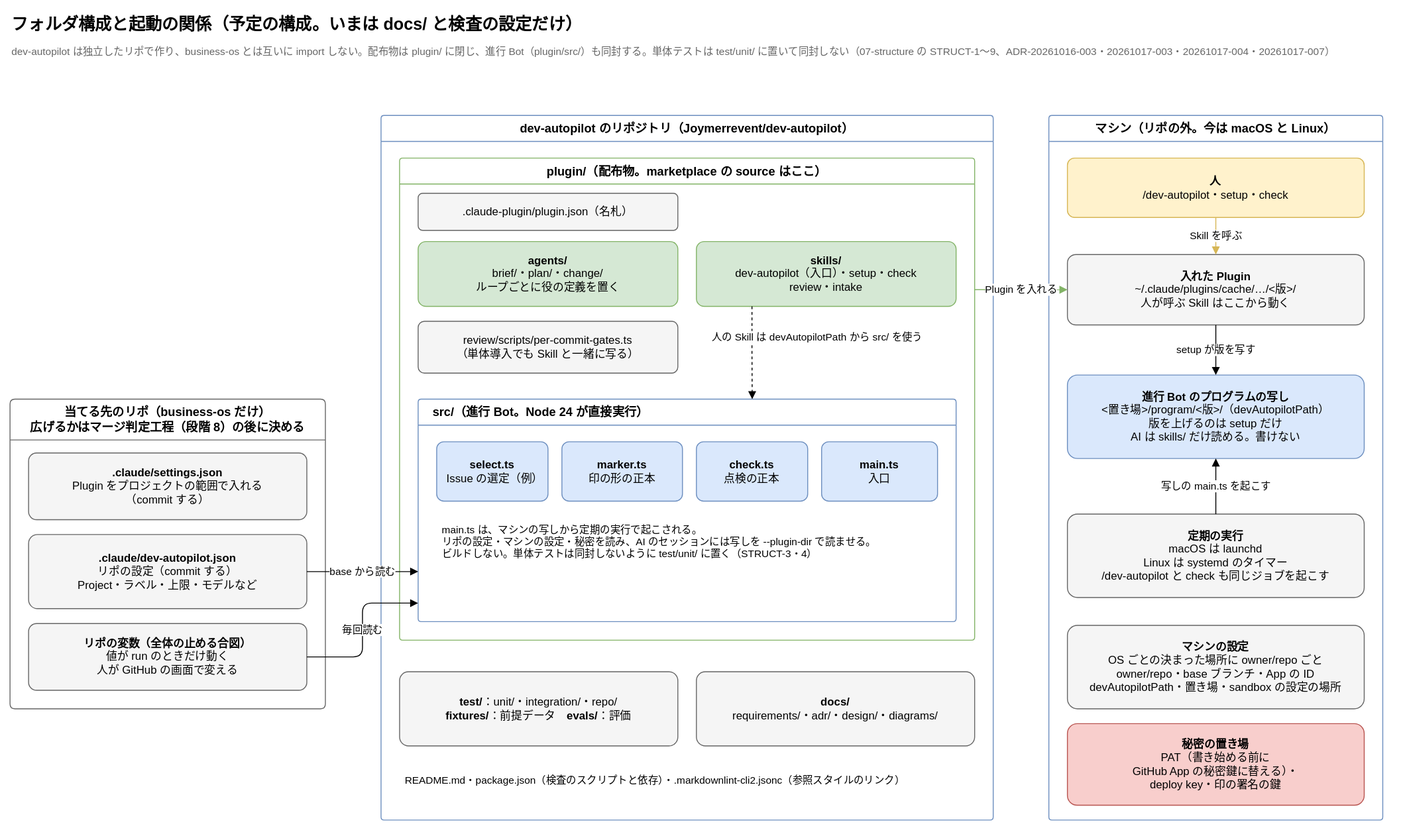
Before: docs/diagrams/structure.drawio.svg, a diagram exported from draw.io (Joymerrevent/dev-autopilot). Source tidied: cells renumbered, new cells last; positions are measured from the earlier drawing's top-left corner, leaving out a move shared by most shapes.
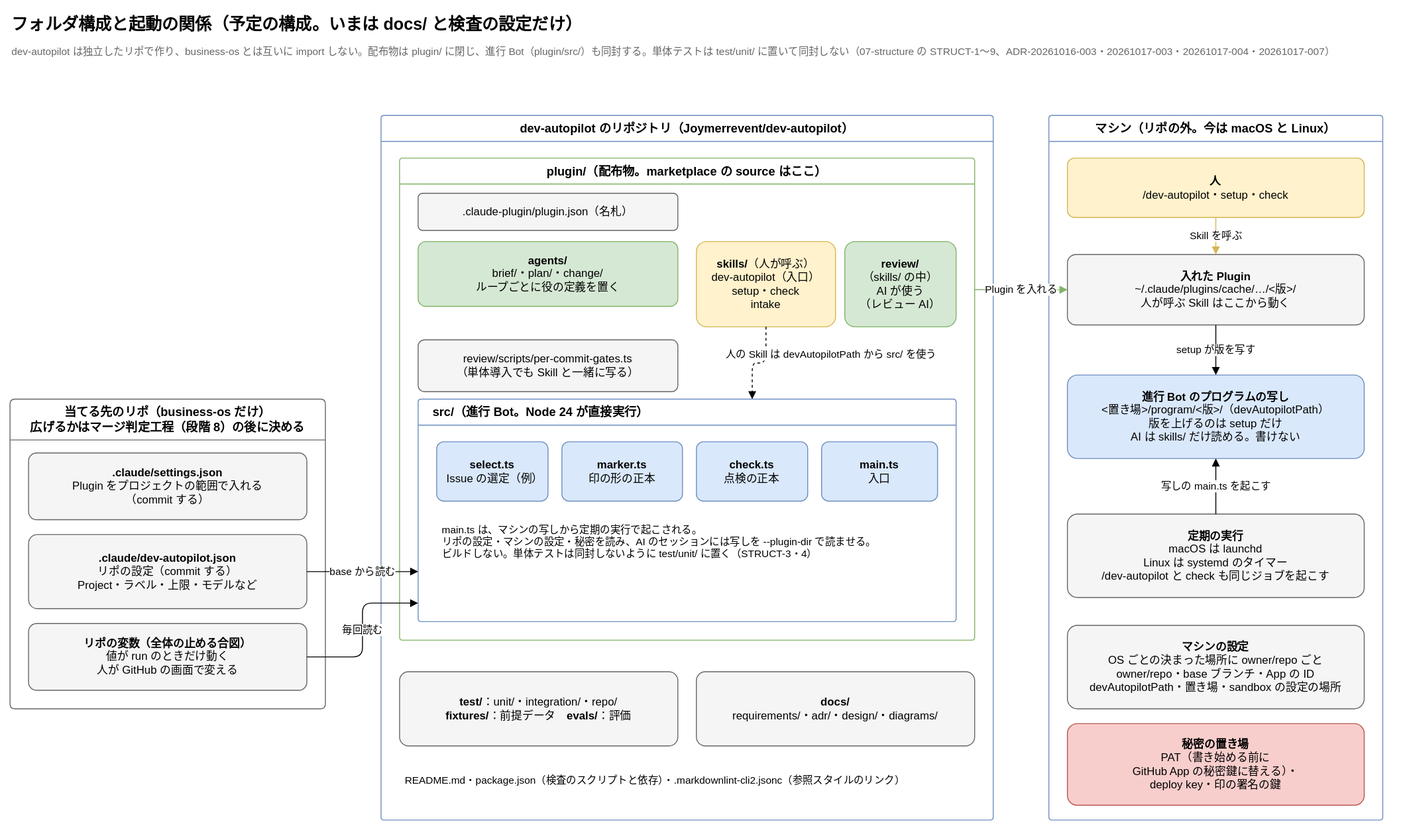
Above is the later version.

Diff of the diagram source:
```diff
@@ -32,11 +32,11 @@
     <mxCell id="11" value="&lt;b&gt;agents/&lt;/b&gt;&lt;br&gt;brief/・plan/・change/&lt;br&gt;ループごとに役の定義を置く" style="rounded=1;whiteSpace=wrap;html=1;fontSize=12;arcSize=12;fillColor=#d5e8d4;strokeColor=#82b366;spacing=12;" parent="9" vertex="1">
       <mxGeometry x="20" y="90" width="280" height="70" as="geometry" />
     </mxCell>
-    <mxCell id="12" value="&lt;b&gt;skills/&lt;/b&gt;&lt;br&gt;dev-autopilot（入口）・setup・check&lt;br&gt;review・intake" style="rounded=1;whiteSpace=wrap;html=1;fontSize=12;arcSize=12;fillColor=#d5e8d4;strokeColor=#82b366;spacing=12;" parent="9" vertex="1">
-      <mxGeometry x="320" y="90" width="280" height="70" as="geometry" />
+    <mxCell id="12" value="&lt;b&gt;skills/&lt;/b&gt;（人が呼ぶ）&lt;br&gt;dev-autopilot（入口）&lt;br&gt;setup・check&lt;br&gt;intake" style="rounded=1;whiteSpace=wrap;html=1;fontSize=12;arcSize=12;fillColor=#fff2cc;strokeColor=#d6b656;spacing=12;" parent="9" vertex="1">
+      <mxGeometry x="320" y="90" width="150" height="92" as="geometry" />
     </mxCell>
     <mxCell id="13" value="review/scripts/per-commit-gates.ts&lt;br&gt;（単体導入でも Skill と一緒に写る）" style="rounded=1;whiteSpace=wrap;html=1;fontSize=12;arcSize=12;fillColor=#f5f5f5;strokeColor=#666666;spacing=12;" parent="9" vertex="1">
-      <mxGeometry x="20" y="176" width="280" height="56" as="geometry" />
+      <mxGeometry x="20" y="196" width="280" height="56" as="geometry" />
     </mxCell>
     <mxCell id="14" value="src/（進行 Bot。Node 24 が直接実行）" style="swimlane;startSize=28;html=1;whiteSpace=wrap;rounded=1;arcSize=4;fontStyle=1;fontSize=13;strokeColor=#6c8ebf;fillColor=none;swimlaneFillColor=none;align=left;spacingLeft=14;" parent="9" vertex="1">
       <mxGeometry x="20" y="260" width="580" height="240" as="geometry" />
@@ -56,6 +56,9 @@
     <mxCell id="19" value="main.ts は、マシンの写しから定期の実行で起こされる。&lt;br&gt;リポの設定・マシンの設定・秘密を読み、AI のセッションには写しを --plugin-dir で読ませる。&lt;br&gt;ビルドしない。単体テストは同封しないように test/unit/ に置く（STRUCT-3・4）" style="text;html=1;whiteSpace=wrap;align=left;verticalAlign=top;fontSize=11;spacing=6;" parent="14" vertex="1">
       <mxGeometry x="20" y="124" width="540" height="100" as="geometry" />
     </mxCell>
+    <mxCell id="37" value="&lt;b&gt;review/&lt;/b&gt;&lt;br&gt;（skills/ の中）&lt;br&gt;AI が使う&lt;br&gt;（レビュー AI）" style="rounded=1;whiteSpace=wrap;html=1;fontSize=12;arcSize=12;spacing=12;fillColor=#d5e8d4;strokeColor=#82b366;" parent="9" vertex="1">
+      <mxGeometry x="480" y="90" width="120" height="92" as="geometry" />
+    </mxCell>
     <mxCell id="20" value="&lt;b&gt;test/&lt;/b&gt;：unit/・integration/・repo/&lt;br&gt;&lt;b&gt;fixtures/&lt;/b&gt;：前提データ　&lt;b&gt;evals/&lt;/b&gt;：評価" style="rounded=1;whiteSpace=wrap;html=1;fontSize=12;arcSize=12;fillColor=#f5f5f5;strokeColor=#666666;spacing=12;" parent="8" vertex="1">
       <mxGeometry x="20" y="600" width="300" height="80" as="geometry" />
     </mxCell>
@@ -98,7 +101,7 @@
     <mxCell id="33" value="写しの main.ts を起こす" style="edgeStyle=orthogonalEdgeStyle;rounded=1;html=1;endArrow=block;endFill=1;fontSize=11;labelBackgroundColor=#ffffff;exitX=0.5;exitY=0;exitDx=0;exitDy=0;entryX=0.5;entryY=1;entryDx=0;entryDy=0;" parent="1" edge="1" source="27" target="26">
       <mxGeometry relative="1" as="geometry" />
     </mxCell>
-    <mxCell id="34" value="人の Skill は devAutopilotPath から src/ を使う" style="edgeStyle=orthogonalEdgeStyle;rounded=1;html=1;endArrow=block;endFill=1;fontSize=11;labelBackgroundColor=#ffffff;dashed=1;exitX=0.214;exitY=1;exitDx=0;exitDy=0;entryX=0.621;entryY=0;entryDx=0;entryDy=0;" parent="1" edge="1" source="12" target="14">
+    <mxCell id="34" value="人の Skill は devAutopilotPath から src/ を使う" style="edgeStyle=orthogonalEdgeStyle;rounded=1;html=1;endArrow=block;endFill=1;fontSize=11;labelBackgroundColor=#ffffff;dashed=1;exitX=0.5;exitY=1;exitDx=0;exitDy=0;entryX=0.621;entryY=0;entryDx=0;entryDy=0;" parent="1" edge="1" source="12" target="14">
       <mxGeometry x="-0.35" relative="1" as="geometry">
         <mxPoint x="70" as="offset" />
       </mxGeometry>
```
